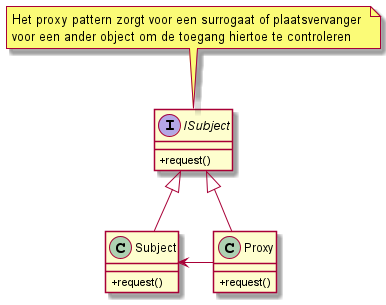
Above: img/img2/Proxy.png in Kaguya268/Kaguya268.github.io (PlantUML), before the change. Its diagram source:
```plantuml
@startuml Proxy
skinparam ClassAttributeIconSize 0

Interface ISubject{
    +request()
}

class Subject{
    +request()
}

class Proxy{
    +request()
}

ISubject<|--Subject
ISubject<|--Proxy
Subject<-Proxy

note top of ISubject{
    Het proxy pattern zorgt voor een surrogaat of plaatsvervanger
    voor een ander object om de toegang hiertoe te controleren
}
@enduml
```
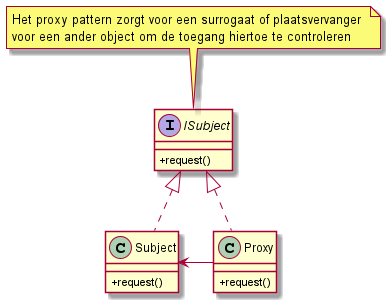
After the change.

Diff of the diagram source:
```diff
@@ -13,8 +13,8 @@
     +request()
 }
 
-ISubject<|--Subject
-ISubject<|--Proxy
+ISubject<|..Subject
+ISubject<|..Proxy
 Subject<-Proxy
 
 note top of ISubject{
```
